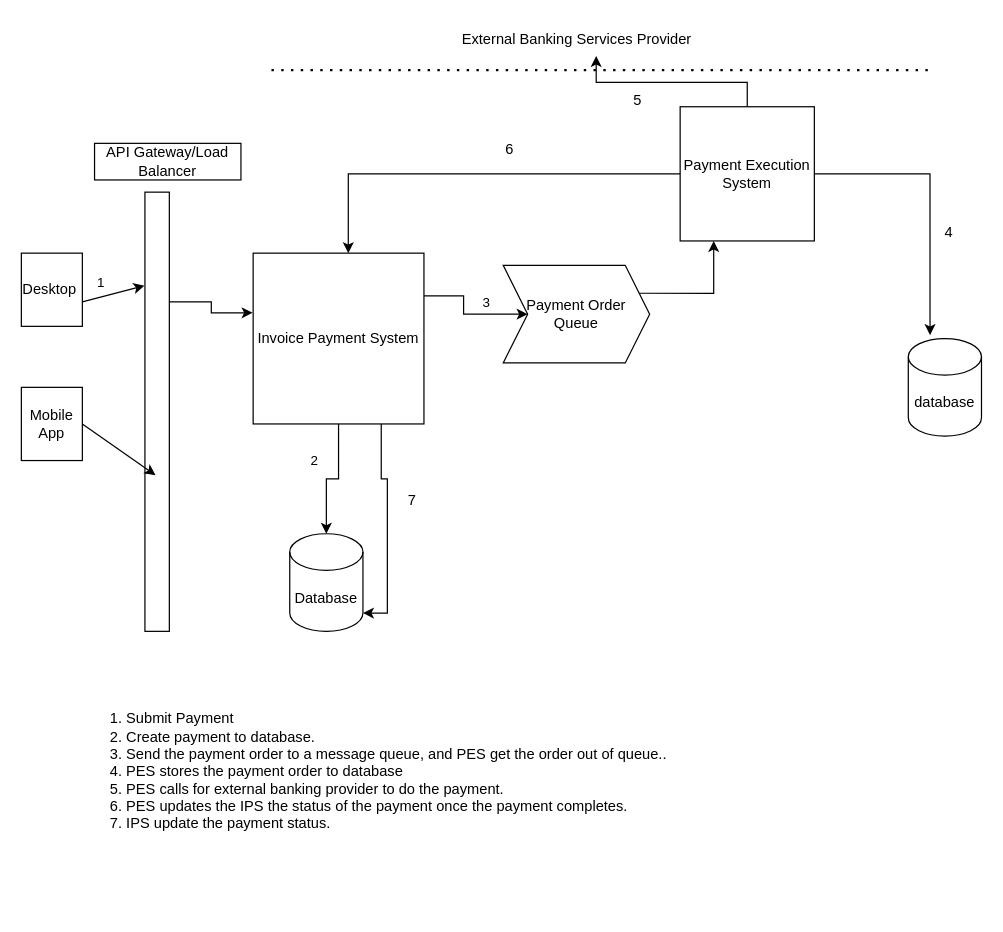
prasadsnm/BillPaymentServices keeps this draw.io diagram as Bill_Payment_Service_Design.drawio. Above is the earlier version. Source tidied: cells renumbered, new cells numbered last; positions are measured from the earlier drawing's top-left corner, leaving out a move shared by most shapes. Both pictures are drawn from the tidied source at 122%, with x=0, y=0 at pixel (21, 21).
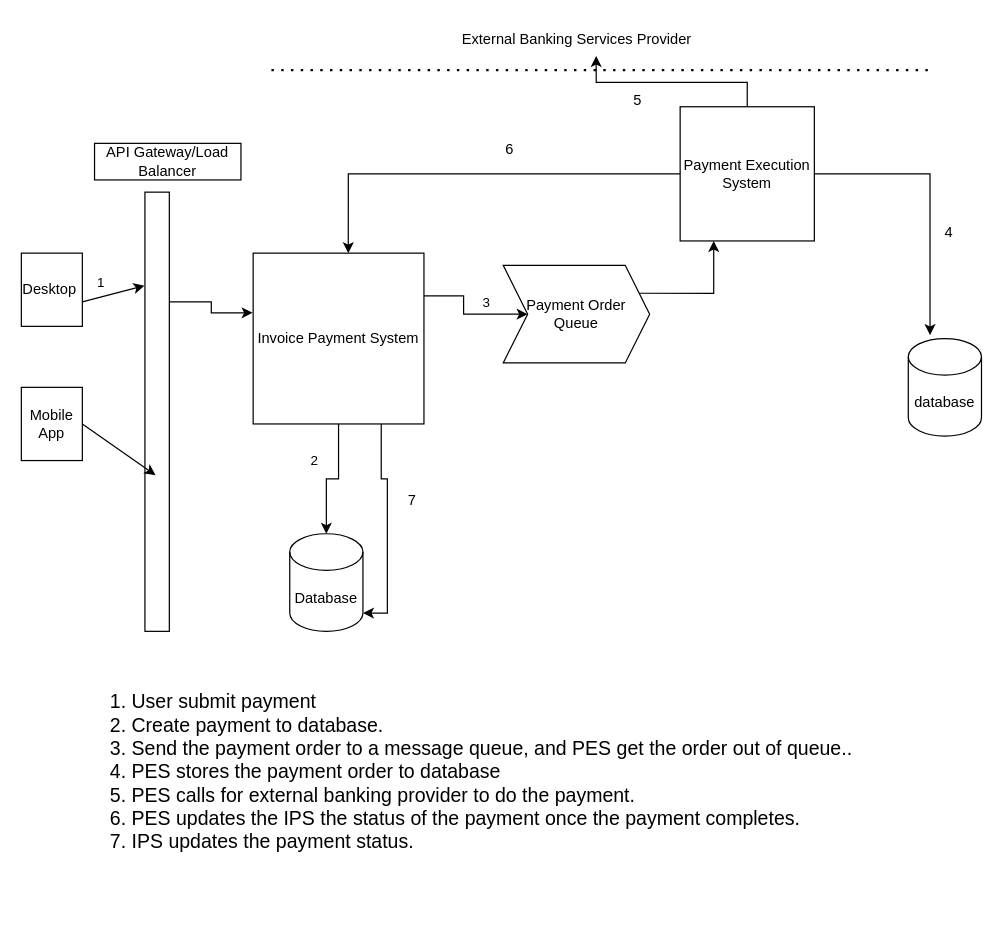
Above is the later version.

Commit message (it also covers changes not shown here):
add design pic and transaction.

What changed in the source:
```diff
@@
-    <mxCell id="15" value="1. Submit Payment&lt;br&gt;2. Create payment to database.&lt;br&gt;3. Send the payment order to a message queue, and PES get the order out of queue..&lt;br&gt;4. PES stores the payment order to database&lt;br&gt;5. PES calls for external banking provider to do the payment.&lt;br&gt;6. PES updates the IPS the status of the payment once the payment completes.&lt;br&gt;7. IPS update the payment status." style="text;strokeColor=none;fillColor=none;html=1;whiteSpace=wrap;verticalAlign=middle;overflow=hidden;" parent="1" vertex="1">
-      <mxGeometry x="71" y="500" width="530" height="230" as="geometry" />
+    <mxCell id="15" value="&lt;font style=&quot;font-size: 16px;&quot;&gt;1. User submit payment&lt;br&gt;2. Create payment to database.&lt;br&gt;3. Send the payment order to a message queue, and PES get the order out of queue..&lt;br&gt;4. PES stores the payment order to database&lt;br&gt;5. PES calls for external banking provider to do the payment.&lt;br&gt;6. PES updates the IPS the status of the payment once the payment completes.&lt;br&gt;7. IPS updates the payment status.&lt;/font&gt;" style="text;strokeColor=none;fillColor=none;html=1;whiteSpace=wrap;verticalAlign=middle;overflow=hidden;" parent="1" vertex="1">
+      <mxGeometry x="71" y="500" width="619" height="230" as="geometry" />
     </mxCell>
```
